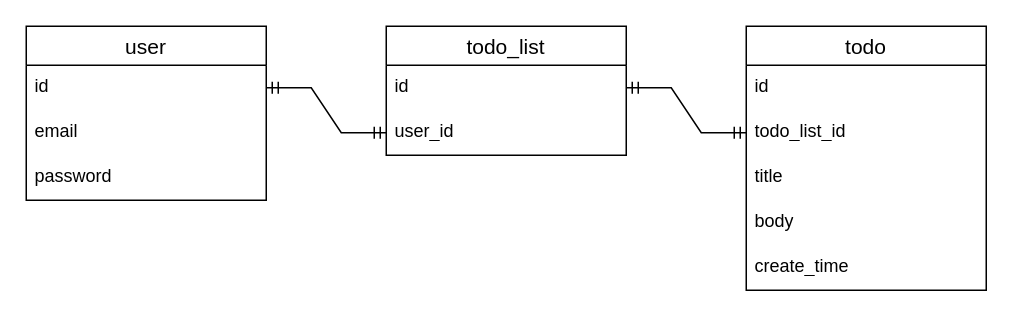
This is server/models/db_diagrams.drawio from MakhovRoman/Unimatic, a draw.io file, before an edit. Source tidied: cells renumbered, new cells numbered last; positions are measured from the earlier drawing's top-left corner, leaving out a move shared by most shapes. Both pictures are drawn from the tidied source at 150%, with x=0, y=0 at pixel (26, 26).
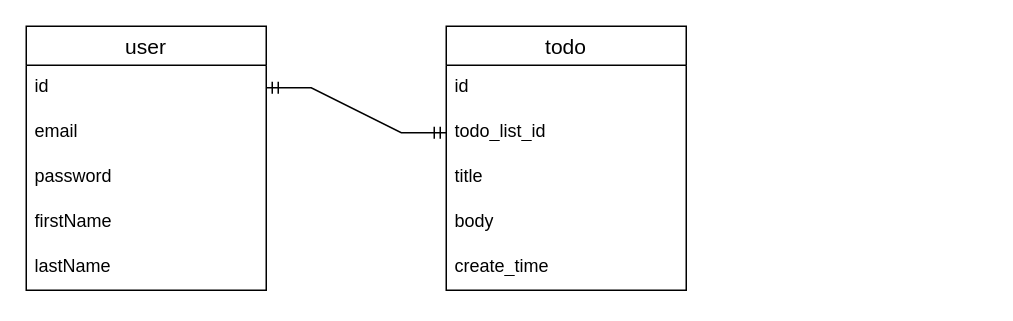
After the change.

Commit message (it also covers changes not shown here):
feat: update diagramm, add dev scripts

What changed in the source:
```diff
@@
 <mxGraphModel>
   <root>
     <mxCell id="0" />
     <mxCell id="1" parent="0" />
     <mxCell id="2" value="user" style="swimlane;fontStyle=0;horizontal=1;startSize=26;align=center;fontSize=14;" parent="1" vertex="1">
-      <mxGeometry width="160" height="116" as="geometry" />
+      <mxGeometry width="160" height="176" as="geometry" />
     </mxCell>
     <mxCell id="3" value="id" style="text;strokeColor=none;fillColor=none;spacingLeft=4;spacingRight=4;overflow=hidden;points=[[0,0.5],[1,0.5]];portConstraint=eastwest;fontSize=12;whiteSpace=wrap;html=1;" parent="2" vertex="1">
       <mxGeometry y="26" width="160" height="30" as="geometry" />
     </mxCell>
     <mxCell id="4" value="email" style="text;strokeColor=none;fillColor=none;spacingLeft=4;spacingRight=4;overflow=hidden;fontSize=12;whiteSpace=wrap;html=1;" parent="2" vertex="1">
       <mxGeometry y="56" width="160" height="30" as="geometry" />
     </mxCell>
+    <mxCell id="18" value="password" style="text;strokeColor=none;fillColor=none;spacingLeft=4;spacingRight=4;overflow=hidden;fontSize=12;whiteSpace=wrap;html=1;" parent="2" vertex="1">
+      <mxGeometry y="86" width="160" height="30" as="geometry" />
+    </mxCell>
-    <mxCell id="5" value="password" style="text;strokeColor=none;fillColor=none;spacingLeft=4;spacingRight=4;overflow=hidden;fontSize=12;whiteSpace=wrap;html=1;" parent="2" vertex="1">
-      <mxGeometry y="86" width="160" height="30" as="geometry" />
+    <mxCell id="5" value="firstName" style="text;strokeColor=none;fillColor=none;spacingLeft=4;spacingRight=4;overflow=hidden;fontSize=12;whiteSpace=wrap;html=1;" parent="2" vertex="1">
+      <mxGeometry y="116" width="160" height="30" as="geometry" />
     </mxCell>
     <mxCell id="6" style="edgeStyle=orthogonalEdgeStyle;rounded=0;orthogonalLoop=1;jettySize=auto;html=1;exitX=1;exitY=0.5;exitDx=0;exitDy=0;" parent="2" edge="1" source="3" target="3">
       <mxGeometry relative="1" as="geometry" />
     </mxCell>
+    <mxCell id="19" value="lastName" style="text;strokeColor=none;fillColor=none;spacingLeft=4;spacingRight=4;overflow=hidden;fontSize=12;whiteSpace=wrap;html=1;" parent="2" vertex="1">
+      <mxGeometry y="146" width="160" height="30" as="geometry" />
+    </mxCell>
     <mxCell id="7" value="todo" style="swimlane;fontStyle=0;horizontal=1;startSize=26;align=center;fontSize=14;" parent="1" vertex="1">
-      <mxGeometry x="480" width="160" height="176" as="geometry" />
+      <mxGeometry x="280" width="160" height="176" as="geometry" />
     </mxCell>
     <mxCell id="8" value="id" style="text;strokeColor=none;fillColor=none;spacingLeft=4;spacingRight=4;overflow=hidden;fontSize=12;whiteSpace=wrap;html=1;" parent="7" vertex="1">
       <mxGeometry y="26" width="160" height="30" as="geometry" />
     </mxCell>
     <mxCell id="9" value="todo_list_id" style="text;strokeColor=none;fillColor=none;spacingLeft=4;spacingRight=4;overflow=hidden;points=[[0,0.5],[1,0.5]];portConstraint=eastwest;fontSize=12;whiteSpace=wrap;html=1;" parent="7" vertex="1">
       <mxGeometry y="56" width="160" height="30" as="geometry" />
     </mxCell>
     <mxCell id="10" value="title" style="text;strokeColor=none;fillColor=none;spacingLeft=4;spacingRight=4;overflow=hidden;fontSize=12;whiteSpace=wrap;html=1;" parent="7" vertex="1">
       <mxGeometry y="86" width="160" height="30" as="geometry" />
     </mxCell>
     <mxCell id="11" value="body" style="text;strokeColor=none;fillColor=none;spacingLeft=4;spacingRight=4;overflow=hidden;fontSize=12;whiteSpace=wrap;html=1;" parent="7" vertex="1">
       <mxGeometry y="116" width="160" height="30" as="geometry" />
     </mxCell>
     <mxCell id="12" value="create_time" style="text;strokeColor=none;fillColor=none;spacingLeft=4;spacingRight=4;overflow=hidden;fontSize=12;whiteSpace=wrap;html=1;" parent="7" vertex="1">
       <mxGeometry y="146" width="160" height="30" as="geometry" />
     </mxCell>
-    <mxCell id="13" value="todo_list" style="swimlane;fontStyle=0;horizontal=1;startSize=26;align=center;fontSize=14;" parent="1" vertex="1">
-      <mxGeometry x="240" width="160" height="86" as="geometry" />
-    </mxCell>
-    <mxCell id="14" value="id" style="text;strokeColor=none;fillColor=none;spacingLeft=4;spacingRight=4;overflow=hidden;points=[[0,0.5],[1,0.5]];portConstraint=eastwest;fontSize=12;whiteSpace=wrap;html=1;" parent="13" vertex="1">
-      <mxGeometry y="26" width="160" height="30" as="geometry" />
-    </mxCell>
-    <mxCell id="15" value="user_id" style="text;strokeColor=none;fillColor=none;spacingLeft=4;spacingRight=4;overflow=hidden;points=[[0,0.5],[1,0.5]];portConstraint=eastwest;fontSize=12;whiteSpace=wrap;html=1;" parent="13" vertex="1">
-      <mxGeometry y="56" width="160" height="30" as="geometry" />
-    </mxCell>
-    <mxCell id="16" style="edgeStyle=entityRelationEdgeStyle;fontSize=12;html=1;endArrow=ERmandOne;startArrow=ERmandOne;rounded=0;" parent="1" edge="1" source="3" target="15">
+    <mxCell id="16" style="edgeStyle=entityRelationEdgeStyle;fontSize=12;html=1;endArrow=ERmandOne;startArrow=ERmandOne;rounded=0;" parent="1" edge="1" source="3" target="9">
       <mxGeometry relative="1" as="geometry" />
     </mxCell>
-    <mxCell id="17" style="edgeStyle=entityRelationEdgeStyle;fontSize=12;html=1;endArrow=ERmandOne;startArrow=ERmandOne;rounded=0;" parent="1" edge="1" source="14" target="9">
-      <mxGeometry relative="1" as="geometry" />
-    </mxCell>
   </root>
 </mxGraphModel>
```
